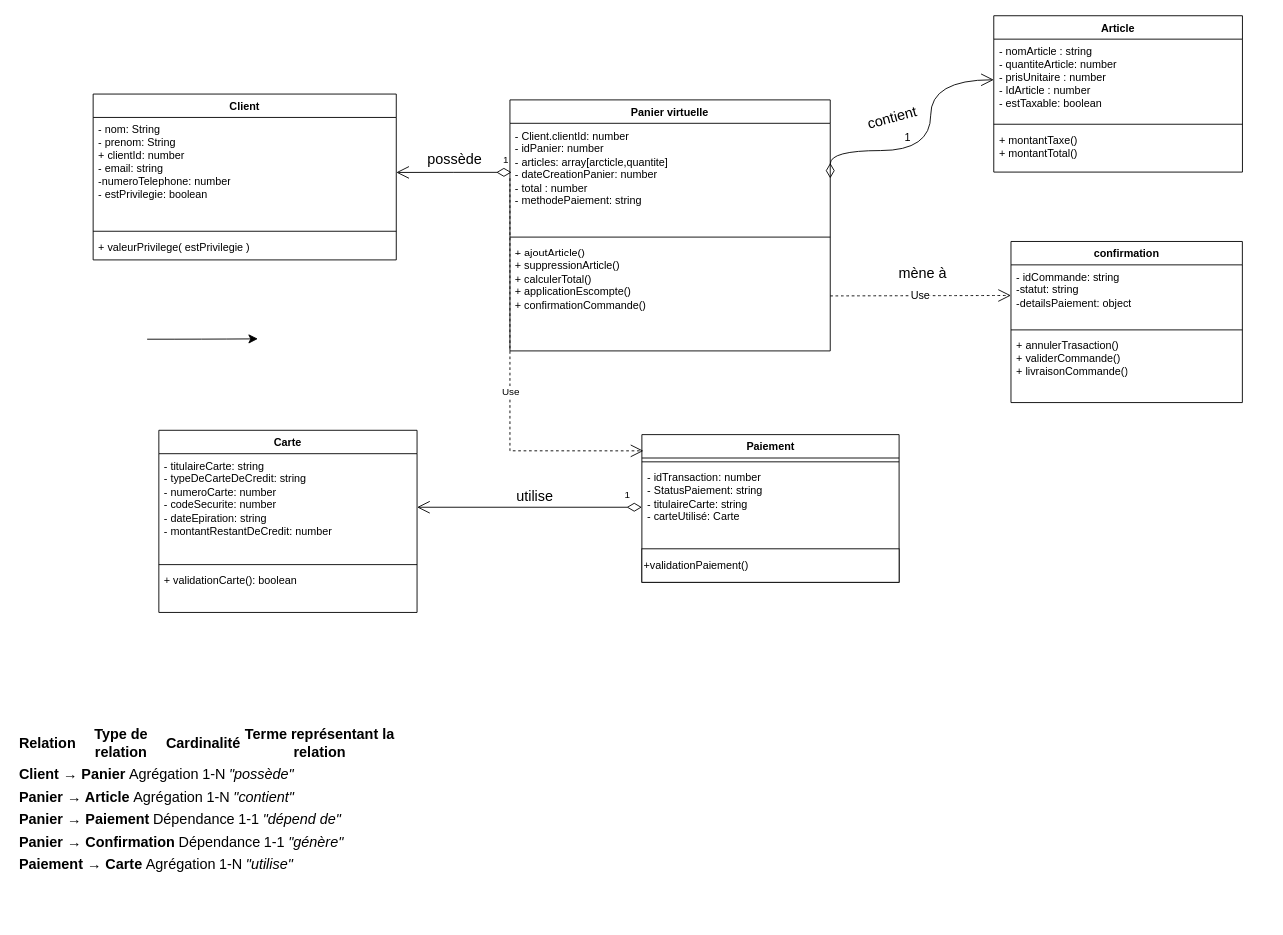
Earlier version of the draw.io diagram page "Page-1" (1 of 2) of TP4.drawio (franck-code/tests). Source tidied: cells renumbered, new cells numbered last; positions are measured from the earlier drawing's top-left corner, leaving out a move shared by most shapes. Both pictures are drawn from the tidied source at 90%, with x=0, y=0 at pixel (15, 15).
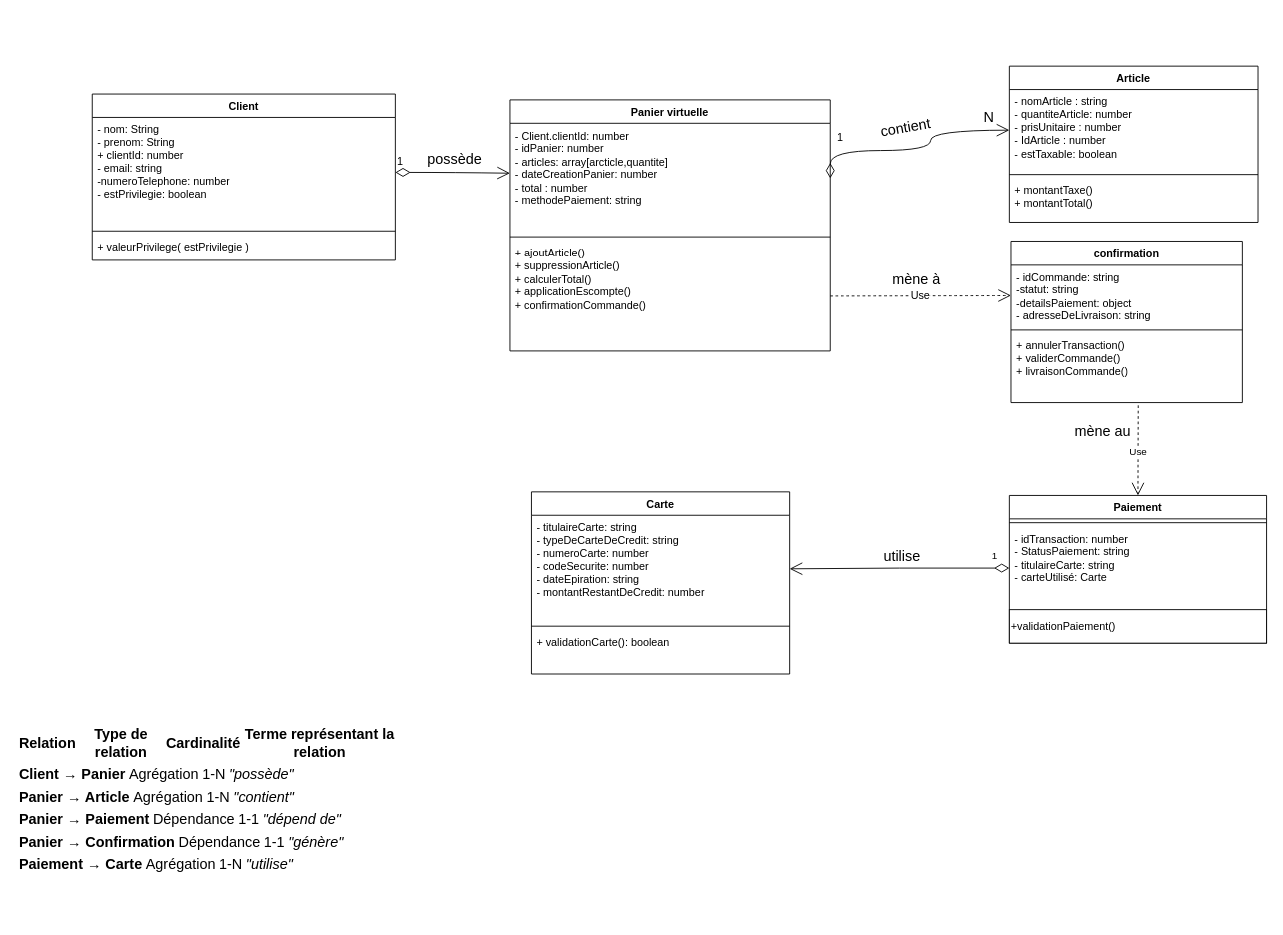
The same diagram, later.

Commit message:
Mettre à jour TP4.drawio

Unchanged cells that the change refers to:
```xml
<mxCell id="4" value="&lt;div&gt;- nomArticle : string&lt;/div&gt;&lt;div&gt;- quantiteArticle: number&lt;br&gt;- prisUnitaire : number&lt;/div&gt;&lt;div&gt;- IdArticle : number&lt;br&gt;- estTaxable: boolean&lt;br&gt;&lt;br&gt;&lt;/div&gt;" style="text;strokeColor=none;fillColor=none;align=left;verticalAlign=top;spacingLeft=4;spacingRight=4;overflow=hidden;points=[[0,0.5],[1,0.5]];portConstraint=eastwest;whiteSpace=wrap;html=1;" parent="3" vertex="1">
  <mxGeometry y="26" width="276.3" height="90.3" as="geometry" />
</mxCell>
<mxCell id="8" value="&lt;div&gt;&lt;div&gt;- nom: String&lt;/div&gt;&lt;/div&gt;&lt;div&gt;- prenom: String&lt;br&gt;+ clientId: number&lt;/div&gt;&lt;div&gt;- email: string&lt;/div&gt;&lt;div&gt;-numeroTelephone: number&lt;/div&gt;&lt;div&gt;- estPrivilegie: boolean&lt;/div&gt;" style="text;strokeColor=none;fillColor=none;align=left;verticalAlign=top;spacingLeft=4;spacingRight=4;overflow=hidden;points=[[0,0.5],[1,0.5]];portConstraint=eastwest;whiteSpace=wrap;html=1;" parent="7" vertex="1">
  <mxGeometry y="26" width="336.8" height="122.2" as="geometry" />
</mxCell>
<mxCell id="12" value="&lt;div&gt;- Client.clientId: number&lt;/div&gt;&lt;div&gt;&lt;span style=&quot;background-color: transparent; color: light-dark(rgb(0, 0, 0), rgb(255, 255, 255));&quot;&gt;- idPanier: number&lt;/span&gt;&lt;/div&gt;&lt;div&gt;- articles: array[arcticle,quantite]&lt;/div&gt;&lt;div&gt;&lt;span style=&quot;background-color: transparent; color: light-dark(rgb(0, 0, 0), rgb(255, 255, 255));&quot;&gt;- dateCreationPanier: number&lt;/span&gt;&lt;/div&gt;&lt;div&gt;- total : number&lt;/div&gt;&lt;div&gt;- methodePaiement: string&lt;/div&gt;&lt;div&gt;&lt;br&gt;&lt;/div&gt;&lt;div&gt;&lt;br&gt;&lt;/div&gt;" style="text;strokeColor=none;fillColor=none;align=left;verticalAlign=top;spacingLeft=4;spacingRight=4;overflow=hidden;points=[[0,0.5],[1,0.5]];portConstraint=eastwest;whiteSpace=wrap;html=1;" parent="11" vertex="1">
  <mxGeometry y="26" width="355.9" height="122.2" as="geometry" />
</mxCell>
<mxCell id="23" value="confirmation" style="swimlane;fontStyle=1;align=center;verticalAlign=top;horizontal=1;startSize=26;whiteSpace=wrap;html=1;" parent="1" vertex="1">
  <mxGeometry x="1105.8" y="250.8" width="257.1" height="179" as="geometry" />
</mxCell>
```

The edit, as a diff of the source:
```diff
@@
     <mxCell id="3" value="Article" style="swimlane;fontStyle=1;align=center;verticalAlign=top;horizontal=1;startSize=26;whiteSpace=wrap;html=1;" parent="1" vertex="1">
-      <mxGeometry x="1086.7" width="276.3" height="173.7" as="geometry" />
+      <mxGeometry x="1104" y="56" width="276.3" height="173.7" as="geometry" />
     </mxCell>
@@
     <mxCell id="7" value="Client" style="swimlane;fontStyle=1;align=center;verticalAlign=top;horizontal=1;startSize=26;whiteSpace=wrap;html=1;" parent="1" vertex="1">
-      <mxGeometry x="86" y="87" width="336.8" height="184.3" as="geometry" />
+      <mxGeometry x="85" y="87" width="336.8" height="184.3" as="geometry" />
     </mxCell>
@@
     <mxCell id="15" value="Paiement" style="swimlane;fontStyle=1;align=center;verticalAlign=top;horizontal=1;startSize=26;whiteSpace=wrap;html=1;" parent="1" vertex="1">
-      <mxGeometry x="695.7" y="465.4" width="285.8" height="164.1" as="geometry" />
+      <mxGeometry x="1104" y="533" width="285.8" height="164.1" as="geometry" />
     </mxCell>
@@
     <mxCell id="19" value="Carte" style="swimlane;fontStyle=1;align=center;verticalAlign=top;horizontal=1;startSize=26;whiteSpace=wrap;html=1;" parent="1" vertex="1">
-      <mxGeometry x="159" y="460.6" width="286.9" height="202.4" as="geometry" />
+      <mxGeometry x="573" y="529" width="286.9" height="202.4" as="geometry" />
     </mxCell>
@@
-    <mxCell id="24" value="- idCommande: string&lt;div&gt;-statut: string&lt;/div&gt;&lt;div&gt;-detailsPaiement: object&lt;/div&gt;&lt;div&gt;&lt;br&gt;&lt;/div&gt;" style="text;strokeColor=none;fillColor=none;align=left;verticalAlign=top;spacingLeft=4;spacingRight=4;overflow=hidden;points=[[0,0.5],[1,0.5]];portConstraint=eastwest;whiteSpace=wrap;html=1;" parent="23" vertex="1">
+    <mxCell id="24" value="- idCommande: string&lt;div&gt;-statut: string&lt;/div&gt;&lt;div&gt;-detailsPaiement: object&lt;/div&gt;&lt;div&gt;- adresseDeLivraison: string&lt;/div&gt;" style="text;strokeColor=none;fillColor=none;align=left;verticalAlign=top;spacingLeft=4;spacingRight=4;overflow=hidden;points=[[0,0.5],[1,0.5]];portConstraint=eastwest;whiteSpace=wrap;html=1;" parent="23" vertex="1">
       <mxGeometry y="26" width="257.1" height="68" as="geometry" />
     </mxCell>
@@
-    <mxCell id="26" value="&lt;div&gt;+ annulerTrasaction()&lt;/div&gt;&lt;div&gt;+ validerCommande()&lt;/div&gt;&lt;div&gt;+ livraisonCommande()&lt;/div&gt;" style="text;strokeColor=none;fillColor=none;align=left;verticalAlign=top;spacingLeft=4;spacingRight=4;overflow=hidden;points=[[0,0.5],[1,0.5]];portConstraint=eastwest;whiteSpace=wrap;html=1;" parent="23" vertex="1">
+    <mxCell id="26" value="&lt;div&gt;+ annulerTransaction()&lt;/div&gt;&lt;div&gt;+ validerCommande()&lt;/div&gt;&lt;div&gt;+ livraisonCommande()&lt;/div&gt;" style="text;strokeColor=none;fillColor=none;align=left;verticalAlign=top;spacingLeft=4;spacingRight=4;overflow=hidden;points=[[0,0.5],[1,0.5]];portConstraint=eastwest;whiteSpace=wrap;html=1;" parent="23" vertex="1">
       <mxGeometry y="102.5" width="257.1" height="76.5" as="geometry" />
     </mxCell>
-    <mxCell id="27" value="Use" style="endArrow=open;endSize=12;dashed=1;html=1;rounded=0;entryX=0.006;entryY=0.11;entryDx=0;entryDy=0;entryPerimeter=0;exitX=0;exitY=0.5;exitDx=0;exitDy=0;" parent="1" edge="1" source="12" target="15">
-      <mxGeometry x="0.05" relative="1" as="geometry">
+    <mxCell id="27" value="Use" style="endArrow=open;endSize=12;dashed=1;html=1;rounded=0;entryX=0.5;entryY=0;entryDx=0;entryDy=0;exitX=0.55;exitY=1.04;exitDx=0;exitDy=0;exitPerimeter=0;" parent="1" edge="1" source="26" target="15">
+      <mxGeometry x="0.04" relative="1" as="geometry">
         <Array as="points">
-          <mxPoint x="549.1" y="483.4" />
+          <mxPoint x="1247" y="492" />
         </Array>
-        <mxPoint x="1" as="offset" />
       </mxGeometry>
     </mxCell>
@@
     <mxCell id="30" value="1" style="endArrow=open;html=1;endSize=12;startArrow=diamondThin;startSize=14;startFill=0;edgeStyle=orthogonalEdgeStyle;align=left;verticalAlign=bottom;rounded=0;fontSize=12;curved=1;entryX=0;entryY=0.5;entryDx=0;entryDy=0;exitX=1;exitY=0.5;exitDx=0;exitDy=0;" parent="1" edge="1" source="12" target="4">
-      <mxGeometry x="0.01" y="30" relative="1" as="geometry">
+      <mxGeometry x="-0.71" y="5" relative="1" as="geometry">
         <Array as="points">
           <mxPoint x="905" y="149.8" />
           <mxPoint x="1016.6" y="149.8" />
         </Array>
-        <mxPoint x="-1" as="offset" />
       </mxGeometry>
     </mxCell>
-    <mxCell id="31" style="edgeStyle=none;curved=1;rounded=0;orthogonalLoop=1;jettySize=auto;html=1;fontSize=12;startSize=8;endSize=8;entryX=0;entryY=0.5;entryDx=0;entryDy=0;" parent="1" edge="1">
-      <mxGeometry relative="1" as="geometry">
-        <mxPoint x="146" y="359.4" as="sourcePoint" />
-        <mxPoint x="269.1" y="359" as="targetPoint" />
-        <Array as="points">
-          <mxPoint x="209" y="359.4" />
-        </Array>
-      </mxGeometry>
-    </mxCell>
@@
-    <mxCell id="33" value="contient" style="text;strokeColor=none;fillColor=none;html=1;align=center;verticalAlign=middle;whiteSpace=wrap;rounded=0;fontSize=16;rotation=-15;" parent="1" vertex="1">
-      <mxGeometry x="944" y="87" width="60" height="52" as="geometry" />
+    <mxCell id="33" value="contient" style="text;strokeColor=none;fillColor=none;html=1;align=center;verticalAlign=middle;whiteSpace=wrap;rounded=0;fontSize=16;rotation=-10;" parent="1" vertex="1">
+      <mxGeometry x="959" y="98" width="60" height="52" as="geometry" />
     </mxCell>
     <mxCell id="34" value="utilise" style="text;strokeColor=none;fillColor=none;html=1;align=center;verticalAlign=middle;whiteSpace=wrap;rounded=0;fontSize=16;" parent="1" vertex="1">
-      <mxGeometry x="534" y="509" width="86" height="50" as="geometry" />
+      <mxGeometry x="942" y="575" width="86" height="50" as="geometry" />
     </mxCell>
     <mxCell id="35" value="mène à" style="text;strokeColor=none;fillColor=none;html=1;align=center;verticalAlign=middle;whiteSpace=wrap;rounded=0;fontSize=16;" parent="1" vertex="1">
-      <mxGeometry x="978" y="271" width="60" height="30" as="geometry" />
+      <mxGeometry x="971" y="278" width="60" height="30" as="geometry" />
     </mxCell>
-    <mxCell id="36" value="1" style="endArrow=open;html=1;endSize=12;startArrow=diamondThin;startSize=14;startFill=0;edgeStyle=orthogonalEdgeStyle;align=left;verticalAlign=bottom;rounded=0;entryX=1;entryY=0.5;entryDx=0;entryDy=0;exitX=0.005;exitY=0.446;exitDx=0;exitDy=0;exitPerimeter=0;" parent="1" edge="1" source="12" target="8">
-      <mxGeometry x="-0.83" y="-5" relative="1" as="geometry" />
+    <mxCell id="36" value="1" style="endArrow=open;html=1;endSize=12;startArrow=diamondThin;startSize=14;startFill=0;edgeStyle=orthogonalEdgeStyle;align=left;verticalAlign=bottom;rounded=0;fontSize=12;curved=1;entryX=0;entryY=0.454;entryDx=0;entryDy=0;entryPerimeter=0;exitX=1;exitY=0.5;exitDx=0;exitDy=0;" parent="1" edge="1" source="8" target="12">
+      <mxGeometry x="-1" y="3" relative="1" as="geometry" />
     </mxCell>
+    <mxCell id="37" value="N" style="text;strokeColor=none;fillColor=none;html=1;align=center;verticalAlign=middle;whiteSpace=wrap;rounded=0;fontSize=16;" parent="1" vertex="1">
+      <mxGeometry x="1059" y="101" width="45" height="23.5" as="geometry" />
+    </mxCell>
+    <mxCell id="38" value="mène au" style="text;strokeColor=none;fillColor=none;html=1;align=center;verticalAlign=middle;whiteSpace=wrap;rounded=0;fontSize=16;" parent="1" vertex="1">
+      <mxGeometry x="1172" y="447" width="71.5" height="30" as="geometry" />
+    </mxCell>
```
